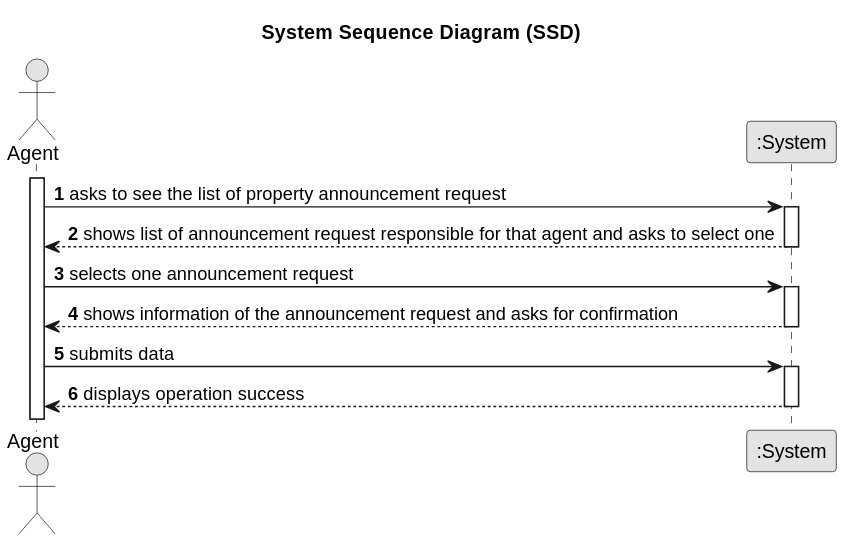
The PlantUML diagram docs/sprintC/US08/01.requirements-engineering/svg/us08-system-sequence-diagram.svg in PureNimble/ISEP-LAPR2, before a commit. The source it was exported from:
```plantuml
@startuml
skinparam monochrome true
skinparam packageStyle rectangle
skinparam shadowing false

title System Sequence Diagram (SSD)

autonumber

actor "Agent" as Agent
participant ":System" as System

activate Agent

    Agent -> System : asks to see the list of property announcement request
    activate System

     System --> Agent : shows list of announcement request responsible for that agent and asks to select one
        deactivate System

            Agent -> System : selects one announcement request
            activate System


System --> Agent: shows information of the announcement request and asks for confirmation
deactivate System


 Agent -> System : submits data
    activate System

        System --> Agent : displays operation success
    deactivate System
@enduml
```
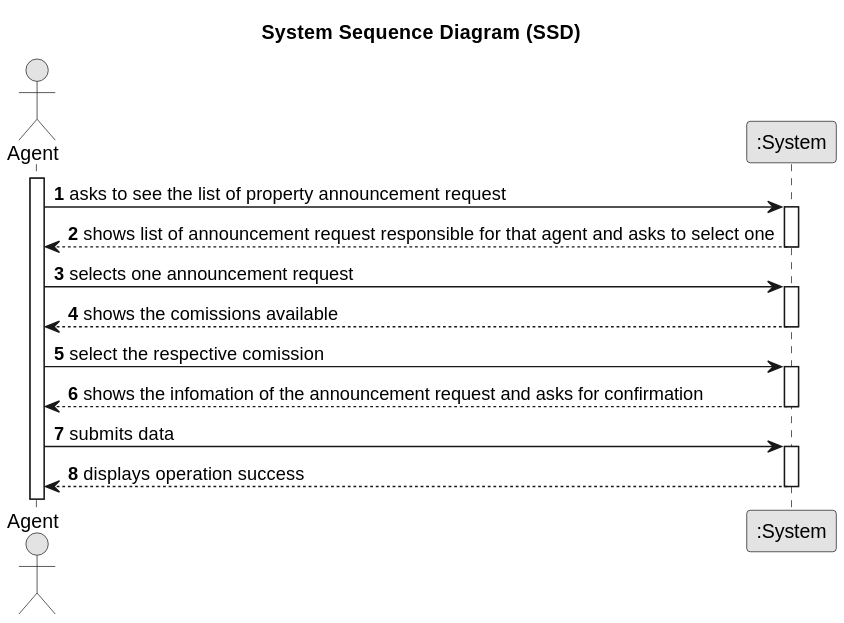
The same file after the commit.

The edit, as a diff of the source:
```diff
@@ -22,9 +22,14 @@
             activate System
 
 
-System --> Agent: shows information of the announcement request and asks for confirmation
+System --> Agent:shows the comissions available
 deactivate System
 
+Agent -> System:select the respective comission
+activate System
+
+System --> Agent: shows the infomation of the announcement request and asks for confirmation
+deactivate System
 
  Agent -> System : submits data
     activate System
```
